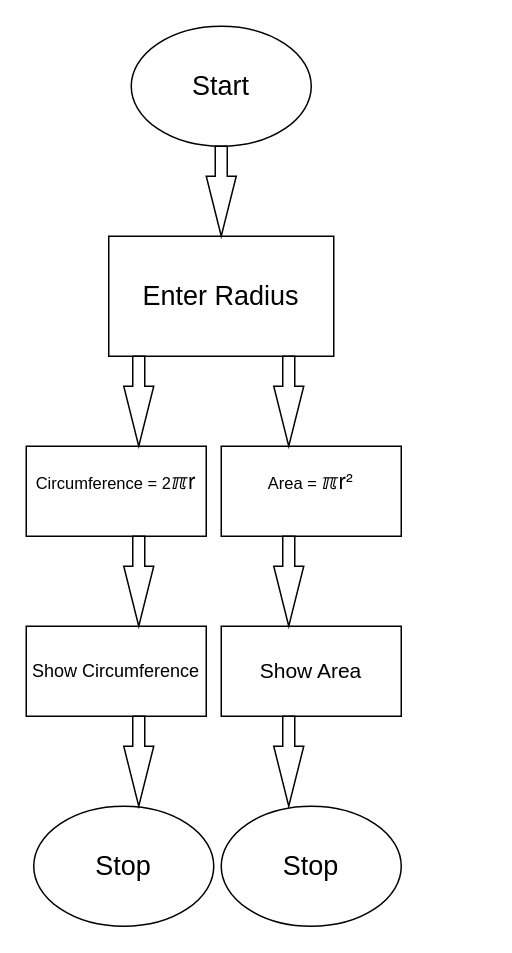
Earlier version of the draw.io diagram Untitled Diagram.drawio (HauseMaster2B2T/Assignment-3). Source tidied: cells renumbered, new cells numbered last; positions are measured from the earlier drawing's top-left corner, leaving out a move shared by most shapes. Both pictures are drawn from the tidied source at 150%, with x=0, y=0 at pixel (26, 26).
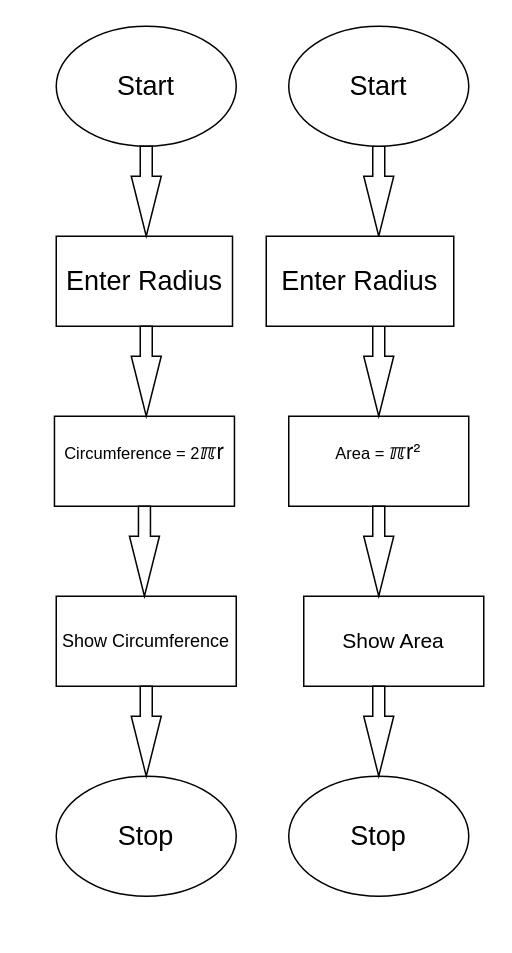
Above is the later version.

The edit, as a diff of the source:
```diff
@@
 <mxGraphModel>
   <root>
     <mxCell id="0" />
     <mxCell id="1" parent="0" />
     <mxCell id="2" value="&lt;font style=&quot;font-size: 18px&quot;&gt;Start&lt;/font&gt;" style="ellipse;whiteSpace=wrap;html=1;" parent="1" vertex="1">
-      <mxGeometry x="70" width="120" height="80" as="geometry" />
+      <mxGeometry x="20" width="120" height="80" as="geometry" />
     </mxCell>
     <mxCell id="3" value="&lt;font style=&quot;font-size: 18px&quot;&gt;Enter Radius&lt;/font&gt;" style="rounded=0;whiteSpace=wrap;html=1;" parent="1" vertex="1">
-      <mxGeometry x="55" y="140" width="150" height="80" as="geometry" />
+      <mxGeometry x="20" y="140" width="117.5" height="60" as="geometry" />
     </mxCell>
     <mxCell id="4" value="&lt;font style=&quot;font-size: 11px&quot;&gt;Circumference = 2&lt;span id=&quot;docs-internal-guid-28d19eb8-7fff-136f-90b2-225c098e7ec0&quot;&gt;&lt;span style=&quot;font-size: 11pt ; font-family: &amp;#34;helvetica neue&amp;#34; , sans-serif ; background-color: transparent ; vertical-align: baseline&quot;&gt;ℼr&lt;/span&gt;&lt;/span&gt;&lt;br&gt;&lt;/font&gt;&amp;nbsp;" style="rounded=0;whiteSpace=wrap;html=1;" parent="1" vertex="1">
-      <mxGeometry y="280" width="120" height="60" as="geometry" />
+      <mxGeometry x="18.8" y="260" width="120" height="60" as="geometry" />
     </mxCell>
     <mxCell id="5" value="&lt;font style=&quot;font-size: 11px&quot;&gt;Area =&amp;nbsp;&lt;span id=&quot;docs-internal-guid-28d19eb8-7fff-136f-90b2-225c098e7ec0&quot;&gt;&lt;span style=&quot;font-size: 11pt ; font-family: &amp;#34;helvetica neue&amp;#34; , sans-serif ; background-color: transparent ; vertical-align: baseline&quot;&gt;ℼr&lt;/span&gt;&lt;/span&gt;&lt;span id=&quot;docs-internal-guid-556edd80-7fff-b18d-36ab-085abfa33c51&quot;&gt;&lt;span style=&quot;font-size: 11pt ; font-family: &amp;#34;helvetica neue&amp;#34; , sans-serif ; background-color: transparent ; vertical-align: baseline&quot;&gt;²&lt;/span&gt;&lt;/span&gt;&lt;br&gt;&amp;nbsp;&lt;/font&gt;" style="rounded=0;whiteSpace=wrap;html=1;" parent="1" vertex="1">
-      <mxGeometry x="130" y="280" width="120" height="60" as="geometry" />
+      <mxGeometry x="175" y="260" width="120" height="60" as="geometry" />
     </mxCell>
     <mxCell id="6" value="Show Circumference" style="rounded=0;whiteSpace=wrap;html=1;" parent="1" vertex="1">
-      <mxGeometry y="400" width="120" height="60" as="geometry" />
+      <mxGeometry x="20" y="380" width="120" height="60" as="geometry" />
     </mxCell>
     <mxCell id="7" value="&lt;font style=&quot;font-size: 14px&quot;&gt;Show Area&lt;/font&gt;" style="rounded=0;whiteSpace=wrap;html=1;" parent="1" vertex="1">
-      <mxGeometry x="130" y="400" width="120" height="60" as="geometry" />
+      <mxGeometry x="185" y="380" width="120" height="60" as="geometry" />
     </mxCell>
     <mxCell id="8" value="&lt;font style=&quot;font-size: 18px&quot;&gt;Stop&lt;/font&gt;" style="ellipse;whiteSpace=wrap;html=1;" parent="1" vertex="1">
-      <mxGeometry x="5" y="520" width="120" height="80" as="geometry" />
+      <mxGeometry x="20" y="500" width="120" height="80" as="geometry" />
     </mxCell>
     <mxCell id="9" value="&lt;font style=&quot;font-size: 18px&quot;&gt;Stop&lt;/font&gt;" style="ellipse;whiteSpace=wrap;html=1;" parent="1" vertex="1">
-      <mxGeometry x="130" y="520" width="120" height="80" as="geometry" />
+      <mxGeometry x="175" y="500" width="120" height="80" as="geometry" />
     </mxCell>
-    <mxCell id="10" style="html=1;shadow=0;dashed=0;align=center;verticalAlign=middle;shape=mxgraph.arrows2.arrow;dy=0.6;dx=40;direction=south;notch=0;" parent="1" vertex="1">
-      <mxGeometry x="120" y="80" width="20" height="60" as="geometry" />
-    </mxCell>
-    <mxCell id="11" style="html=1;shadow=0;dashed=0;align=center;verticalAlign=middle;shape=mxgraph.arrows2.arrow;dy=0.6;dx=40;direction=south;notch=0;" parent="1" vertex="1">
-      <mxGeometry x="65" y="220" width="20" height="60" as="geometry" />
-    </mxCell>
     <mxCell id="12" style="html=1;shadow=0;dashed=0;align=center;verticalAlign=middle;shape=mxgraph.arrows2.arrow;dy=0.6;dx=40;direction=south;notch=0;" parent="1" vertex="1">
-      <mxGeometry x="165" y="220" width="20" height="60" as="geometry" />
+      <mxGeometry x="225" y="80" width="20" height="60" as="geometry" />
     </mxCell>
     <mxCell id="13" style="html=1;shadow=0;dashed=0;align=center;verticalAlign=middle;shape=mxgraph.arrows2.arrow;dy=0.6;dx=40;direction=south;notch=0;" parent="1" vertex="1">
-      <mxGeometry x="65" y="340" width="20" height="60" as="geometry" />
+      <mxGeometry x="70" y="80" width="20" height="60" as="geometry" />
     </mxCell>
     <mxCell id="14" style="html=1;shadow=0;dashed=0;align=center;verticalAlign=middle;shape=mxgraph.arrows2.arrow;dy=0.6;dx=40;direction=south;notch=0;" parent="1" vertex="1">
-      <mxGeometry x="165" y="340" width="20" height="60" as="geometry" />
+      <mxGeometry x="225" y="200" width="20" height="60" as="geometry" />
     </mxCell>
     <mxCell id="15" style="html=1;shadow=0;dashed=0;align=center;verticalAlign=middle;shape=mxgraph.arrows2.arrow;dy=0.6;dx=40;direction=south;notch=0;" parent="1" vertex="1">
-      <mxGeometry x="65" y="460" width="20" height="60" as="geometry" />
+      <mxGeometry x="70" y="200" width="20" height="60" as="geometry" />
     </mxCell>
     <mxCell id="16" style="html=1;shadow=0;dashed=0;align=center;verticalAlign=middle;shape=mxgraph.arrows2.arrow;dy=0.6;dx=40;direction=south;notch=0;" parent="1" vertex="1">
-      <mxGeometry x="165" y="460" width="20" height="60" as="geometry" />
+      <mxGeometry x="225" y="320" width="20" height="60" as="geometry" />
     </mxCell>
+    <mxCell id="17" value="&lt;font style=&quot;font-size: 18px&quot;&gt;Enter Radius&lt;/font&gt;" style="rounded=0;whiteSpace=wrap;html=1;" parent="1" vertex="1">
+      <mxGeometry x="160" y="140" width="125" height="60" as="geometry" />
+    </mxCell>
+    <mxCell id="18" value="&lt;font style=&quot;font-size: 18px&quot;&gt;Start&lt;/font&gt;" style="ellipse;whiteSpace=wrap;html=1;" parent="1" vertex="1">
+      <mxGeometry x="175" width="120" height="80" as="geometry" />
+    </mxCell>
+    <mxCell id="19" style="html=1;shadow=0;dashed=0;align=center;verticalAlign=middle;shape=mxgraph.arrows2.arrow;dy=0.6;dx=40;direction=south;notch=0;" parent="1" vertex="1">
+      <mxGeometry x="68.8" y="320" width="20" height="60" as="geometry" />
+    </mxCell>
+    <mxCell id="20" style="html=1;shadow=0;dashed=0;align=center;verticalAlign=middle;shape=mxgraph.arrows2.arrow;dy=0.6;dx=40;direction=south;notch=0;" parent="1" vertex="1">
+      <mxGeometry x="70" y="440" width="20" height="60" as="geometry" />
+    </mxCell>
+    <mxCell id="21" style="html=1;shadow=0;dashed=0;align=center;verticalAlign=middle;shape=mxgraph.arrows2.arrow;dy=0.6;dx=40;direction=south;notch=0;" parent="1" vertex="1">
+      <mxGeometry x="225" y="440" width="20" height="60" as="geometry" />
+    </mxCell>
   </root>
 </mxGraphModel>
```
